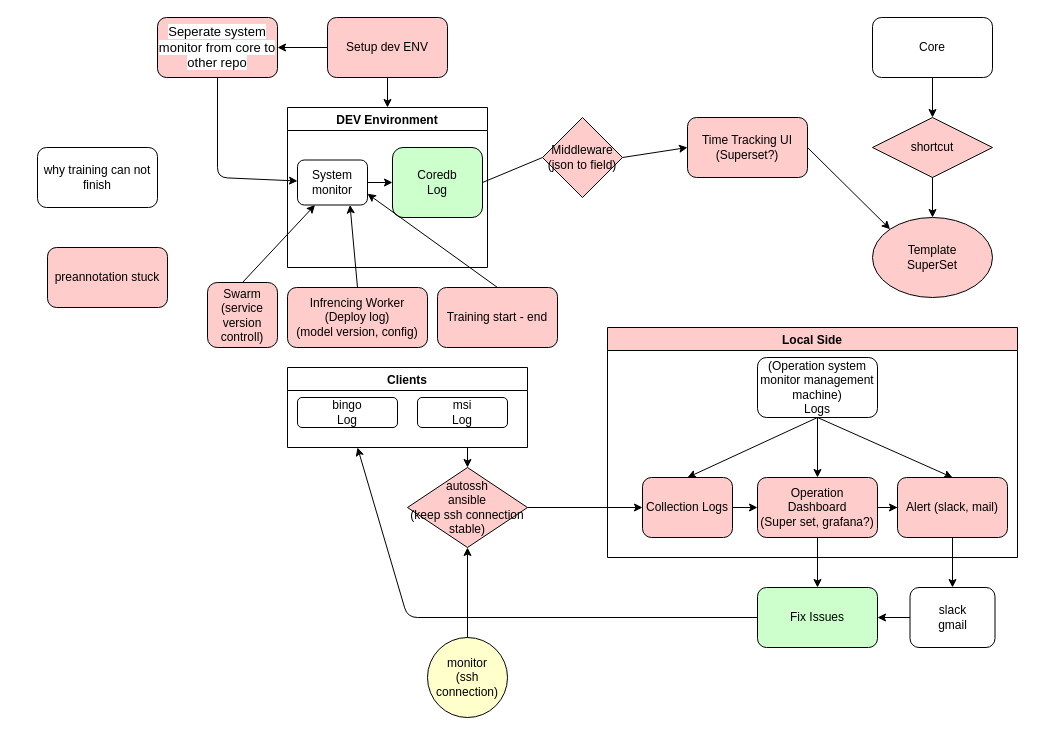
Earlier version of the draw.io diagram System monitor.drawio (QAlexBall/diagrams). Source tidied: cells renumbered, new cells numbered last; positions are measured from the earlier drawing's top-left corner, leaving out a move shared by most shapes. Both pictures are drawn from the tidied source at 100%, with x=0, y=0 at pixel (37, 17).
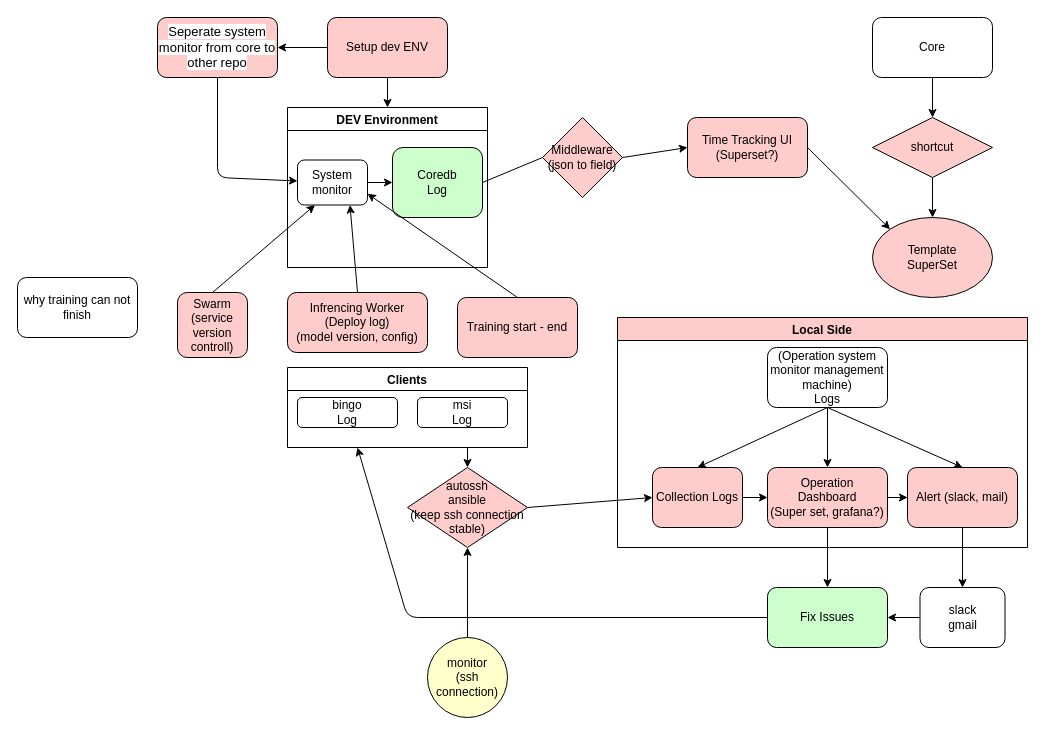
After the change.

Diff of the diagram source:
```diff
@@
     <mxCell id="16" value="Infrencing Worker&lt;br&gt;(Deploy log)&lt;br&gt;(model version, config)" style="rounded=1;whiteSpace=wrap;html=1;fillColor=#FFCCCC;" parent="1" vertex="1">
-      <mxGeometry x="250" y="270" width="140" height="60" as="geometry" />
+      <mxGeometry x="250" y="275" width="140" height="60" as="geometry" />
     </mxCell>
@@
     <mxCell id="19" value="Fix Issues" style="rounded=1;whiteSpace=wrap;html=1;fillColor=#CCFFCC;" parent="1" vertex="1">
-      <mxGeometry x="720" y="570" width="120" height="60" as="geometry" />
+      <mxGeometry x="730" y="570" width="120" height="60" as="geometry" />
     </mxCell>
@@
     <mxCell id="24" value="Local Side" style="swimlane;fillColor=#FFCCCC;" parent="1" vertex="1">
-      <mxGeometry x="570" y="310" width="410" height="230" as="geometry" />
+      <mxGeometry x="580" y="300" width="410" height="230" as="geometry" />
     </mxCell>
@@
     <mxCell id="43" value="slack&lt;br&gt;gmail" style="rounded=1;whiteSpace=wrap;html=1;fillColor=none;" parent="1" vertex="1">
-      <mxGeometry x="872.5" y="570" width="85" height="60" as="geometry" />
+      <mxGeometry x="882.5" y="570" width="85" height="60" as="geometry" />
     </mxCell>
     <mxCell id="44" value="Training start - end" style="rounded=1;whiteSpace=wrap;html=1;fillColor=#FFCCCC;" parent="1" vertex="1">
-      <mxGeometry x="400" y="270" width="120" height="60" as="geometry" />
+      <mxGeometry x="420" y="280" width="120" height="60" as="geometry" />
     </mxCell>
@@
     <mxCell id="46" value="why training can not finish" style="rounded=1;whiteSpace=wrap;html=1;fillColor=none;" parent="1" vertex="1">
-      <mxGeometry y="130" width="120" height="60" as="geometry" />
+      <mxGeometry x="-20" y="260" width="120" height="60" as="geometry" />
     </mxCell>
     <mxCell id="47" value="Swarm&lt;br&gt;(service version controll)" style="rounded=1;whiteSpace=wrap;html=1;fillColor=#FFCCCC;" parent="1" vertex="1">
-      <mxGeometry x="170" y="265" width="70" height="65" as="geometry" />
+      <mxGeometry x="140" y="275" width="70" height="65" as="geometry" />
     </mxCell>
@@
-    <mxCell id="50" value="preannotation stuck" style="rounded=1;whiteSpace=wrap;html=1;fillColor=#FFCCCC;" parent="1" vertex="1">
-      <mxGeometry x="10" y="230" width="120" height="60" as="geometry" />
-    </mxCell>
```
